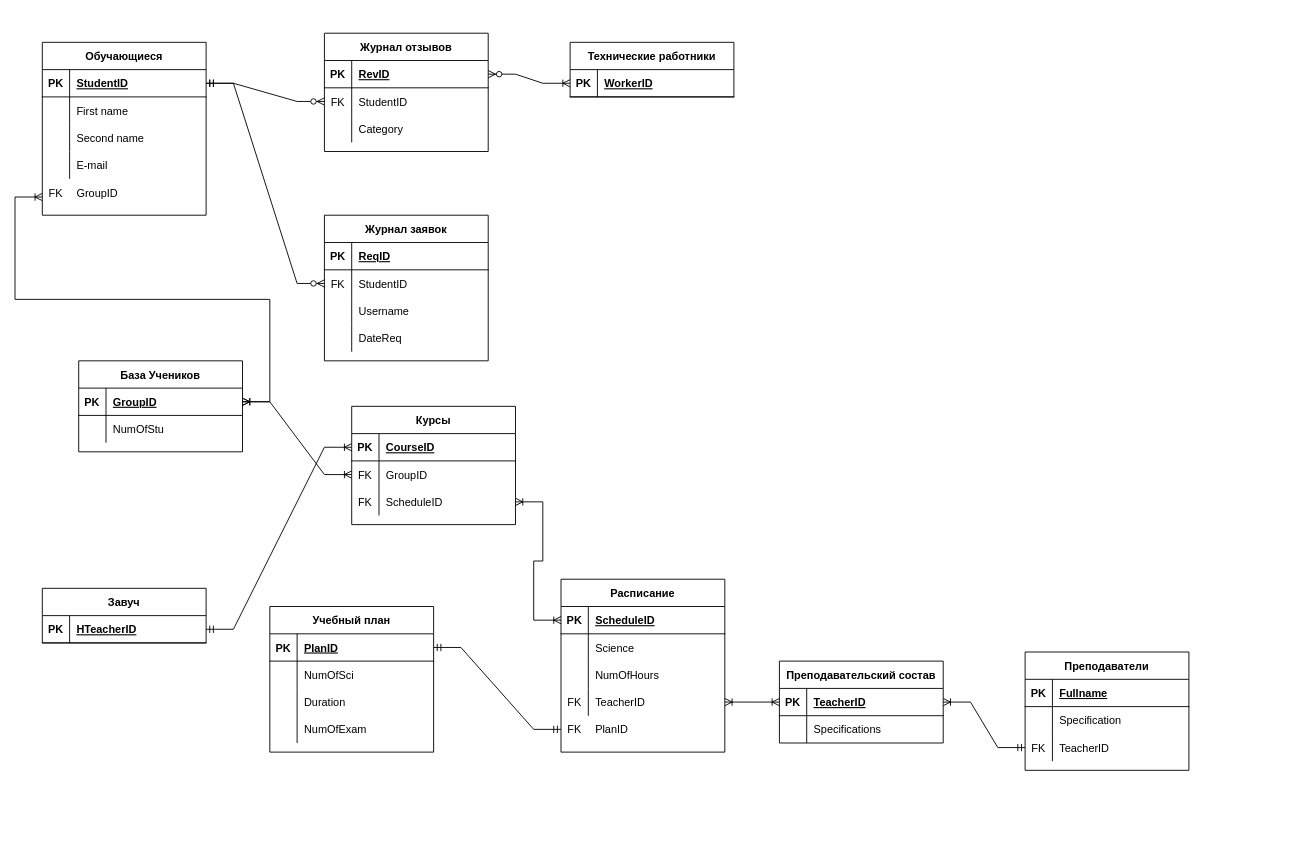
Earlier version of the draw.io diagram ER.drawio (JKtheeone/Online-School). Source tidied: cells renumbered, new cells numbered last; positions are measured from the earlier drawing's top-left corner, leaving out a move shared by most shapes. Both pictures are drawn from the tidied source at 91%, with x=0, y=0 at pixel (42, 33).
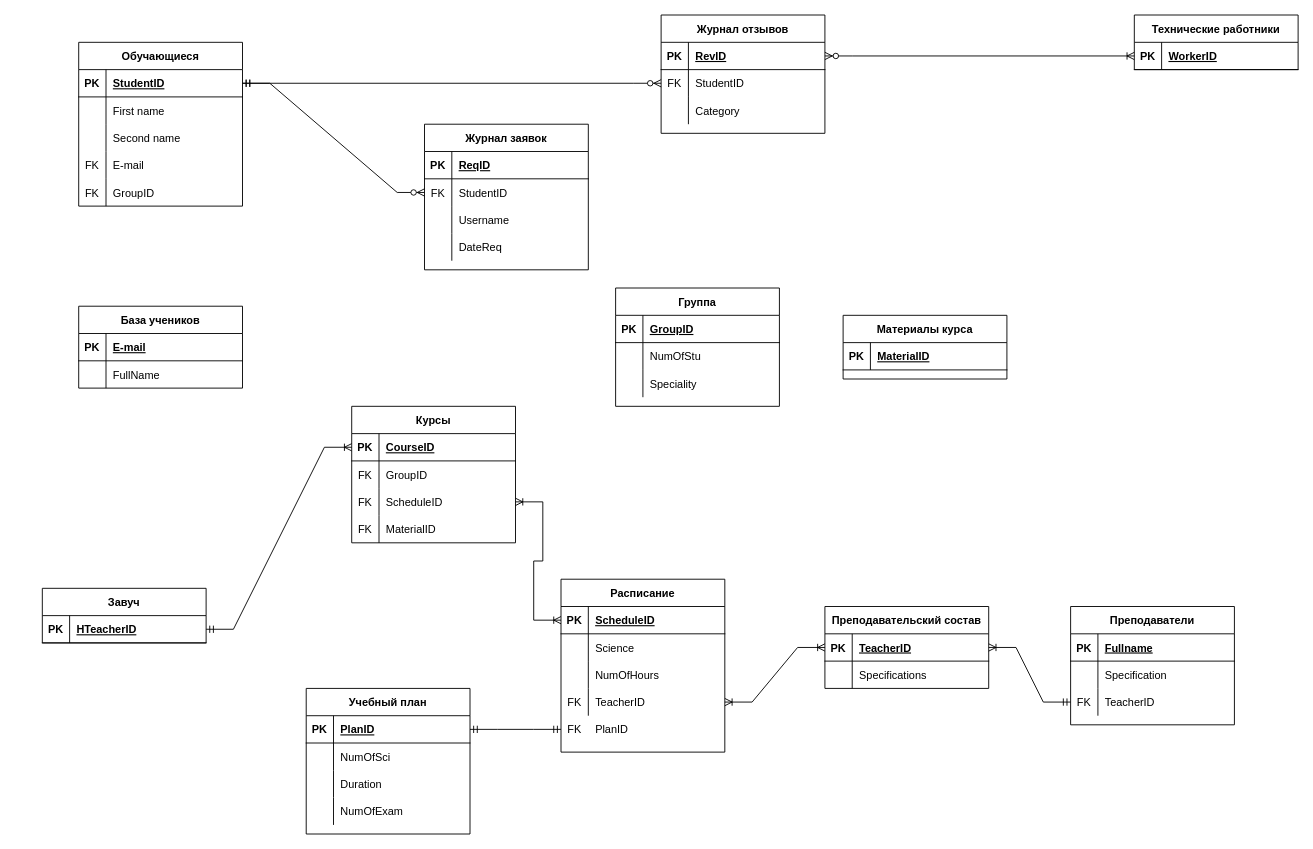
The same diagram, later.

Unchanged cells that the change refers to:
```xml
<mxCell id="12" style="shape=partialRectangle;fillColor=none;top=0;left=0;bottom=0;right=0;" parent="2" vertex="1">
  <mxGeometry y="120" width="180" height="30" as="geometry" />
</mxCell>
<mxCell id="83" style="shape=partialRectangle;fillColor=none;top=0;left=0;bottom=0;right=0;points=[[0,0.5],[1,0.5]];portConstraint=eastwest;" parent="79" vertex="1">
  <mxGeometry y="60" width="180" height="30" as="geometry" />
</mxCell>
```

What changed in the source:
```diff
@@
-    <mxCell id="2" value="Обучающиеся" style="shape=table;startSize=30;childLayout=tableLayout;rowLines=0;fontStyle=1;align=center;" parent="1" vertex="1">
-      <mxGeometry y="10" width="180" height="190" as="geometry" />
+    <mxCell id="2" value="Обучающиеся" style="shape=table;startSize=30;childLayout=tableLayout;rowLines=0;fontStyle=1;align=center;fillColor=default;strokeColor=default;fontColor=default;" parent="1" vertex="1">
+      <mxGeometry x="40" y="10" width="180" height="180" as="geometry" />
     </mxCell>
@@
-    <mxCell id="13" style="shape=partialRectangle;fillColor=none;top=0;left=0;bottom=0;right=0;overflow=hidden;" parent="12" vertex="1">
+    <mxCell id="13" value="FK" style="shape=partialRectangle;fillColor=none;top=0;left=0;bottom=0;right=0;overflow=hidden;fontColor=default;" parent="12" vertex="1">
       <mxGeometry width="30" height="30" as="geometry" />
     </mxCell>
@@
+    <mxCell id="122" style="shape=partialRectangle;fillColor=none;top=0;left=0;bottom=0;right=0;" parent="2" vertex="1">
+      <mxGeometry y="150" width="180" height="30" as="geometry" />
+    </mxCell>
+    <mxCell id="123" value="FK" style="shape=partialRectangle;fillColor=none;top=0;left=0;bottom=0;right=0;overflow=hidden;fontColor=default;" parent="122" vertex="1">
+      <mxGeometry width="30" height="30" as="geometry" />
+    </mxCell>
+    <mxCell id="124" value="GroupID" style="shape=partialRectangle;fillColor=none;top=0;left=0;bottom=0;right=0;align=left;spacingLeft=6;overflow=hidden;fontColor=default;" parent="122" vertex="1">
+      <mxGeometry x="30" width="150" height="30" as="geometry" />
+    </mxCell>
-    <mxCell id="15" value="Журнал отзывов" style="shape=table;startSize=30;childLayout=tableLayout;rowLines=0;fontStyle=1;align=center;" parent="1" vertex="1">
-      <mxGeometry x="310" width="180" height="130" as="geometry" />
+    <mxCell id="15" value="Журнал отзывов" style="shape=table;startSize=30;childLayout=tableLayout;rowLines=0;fontStyle=1;align=center;fillColor=default;strokeColor=default;fontColor=default;" parent="1" vertex="1">
+      <mxGeometry x="680" y="-20" width="180" height="130" as="geometry" />
     </mxCell>
@@
-    <mxCell id="25" value="Журнал заявок" style="shape=table;startSize=30;childLayout=tableLayout;rowLines=0;fontStyle=1;align=center;" parent="1" vertex="1">
-      <mxGeometry x="310" y="200" width="180" height="160" as="geometry" />
+    <mxCell id="25" value="Журнал заявок" style="shape=table;startSize=30;childLayout=tableLayout;rowLines=0;fontStyle=1;align=center;fillColor=default;strokeColor=default;fontColor=default;" parent="1" vertex="1">
+      <mxGeometry x="420" y="100" width="180" height="160" as="geometry" />
     </mxCell>
@@
-    <mxCell id="38" value="Технические работники" style="shape=table;startSize=30;childLayout=tableLayout;rowLines=0;fontStyle=1;align=center;" parent="1" vertex="1">
-      <mxGeometry x="580" y="10" width="180" height="60" as="geometry" />
+    <mxCell id="38" value="Технические работники" style="shape=table;startSize=30;childLayout=tableLayout;rowLines=0;fontStyle=1;align=center;fillColor=default;strokeColor=default;fontColor=default;" parent="1" vertex="1">
+      <mxGeometry x="1200" y="-20" width="180" height="60" as="geometry" />
     </mxCell>
@@
-    <mxCell id="42" value="База Учеников" style="shape=table;startSize=30;childLayout=tableLayout;rowLines=0;fontStyle=1;align=center;" parent="1" vertex="1">
-      <mxGeometry x="40" y="360" width="180" height="100" as="geometry" />
-    </mxCell>
-    <mxCell id="43" style="shape=partialRectangle;fillColor=none;top=0;left=0;bottom=1;right=0;points=[[0,0.5],[1,0.5]];portConstraint=eastwest;" parent="42" vertex="1">
-      <mxGeometry y="30" width="180" height="30" as="geometry" />
-    </mxCell>
-    <mxCell id="44" value="PK" style="shape=partialRectangle;fillColor=none;top=0;left=0;bottom=0;right=0;fontStyle=1;overflow=hidden;" parent="43" vertex="1">
-      <mxGeometry width="30" height="30" as="geometry" />
-    </mxCell>
-    <mxCell id="45" value="GroupID" style="shape=partialRectangle;fillColor=none;top=0;left=0;bottom=0;right=0;align=left;spacingLeft=6;fontStyle=5;overflow=hidden;" parent="43" vertex="1">
-      <mxGeometry x="30" width="150" height="30" as="geometry" />
-    </mxCell>
-    <mxCell id="46" style="shape=partialRectangle;fillColor=none;top=0;left=0;bottom=0;right=0;" parent="42" vertex="1">
-      <mxGeometry y="60" width="180" height="30" as="geometry" />
-    </mxCell>
-    <mxCell id="47" style="shape=partialRectangle;fillColor=none;top=0;left=0;bottom=0;right=0;overflow=hidden;" parent="46" vertex="1">
-      <mxGeometry width="30" height="30" as="geometry" />
-    </mxCell>
-    <mxCell id="48" value="NumOfStu" style="shape=partialRectangle;fillColor=none;top=0;left=0;bottom=0;right=0;align=left;spacingLeft=6;overflow=hidden;" parent="46" vertex="1">
-      <mxGeometry x="30" width="150" height="30" as="geometry" />
-    </mxCell>
@@
-    <mxCell id="53" value="Учебный план" style="shape=table;startSize=30;childLayout=tableLayout;rowLines=0;fontStyle=1;align=center;" parent="1" vertex="1">
-      <mxGeometry x="250" y="630" width="180" height="160" as="geometry" />
+    <mxCell id="53" value="Учебный план" style="shape=table;startSize=30;childLayout=tableLayout;rowLines=0;fontStyle=1;align=center;fillColor=default;strokeColor=default;fontColor=default;" parent="1" vertex="1">
+      <mxGeometry x="290" y="720" width="180" height="160" as="geometry" />
     </mxCell>
@@
-    <mxCell id="79" value="Курсы" style="shape=table;startSize=30;childLayout=tableLayout;rowLines=0;fontStyle=1;align=center;" parent="1" vertex="1">
-      <mxGeometry x="340" y="410" width="180" height="130" as="geometry" />
+    <mxCell id="79" value="Курсы" style="shape=table;startSize=30;childLayout=tableLayout;rowLines=0;fontStyle=1;align=center;fillColor=default;strokeColor=default;fontColor=default;" parent="1" vertex="1">
+      <mxGeometry x="340" y="410" width="180" height="150" as="geometry" />
     </mxCell>
@@
+    <mxCell id="125" style="shape=partialRectangle;fillColor=none;top=0;left=0;bottom=0;right=0;" parent="79" vertex="1">
+      <mxGeometry y="120" width="180" height="30" as="geometry" />
+    </mxCell>
+    <mxCell id="126" value="FK" style="shape=partialRectangle;fillColor=none;top=0;left=0;bottom=0;right=0;overflow=hidden;fontColor=default;" parent="125" vertex="1">
+      <mxGeometry width="30" height="30" as="geometry" />
+    </mxCell>
+    <mxCell id="127" value="MaterialID" style="shape=partialRectangle;fillColor=none;top=0;left=0;bottom=0;right=0;align=left;spacingLeft=6;overflow=hidden;fontColor=default;" parent="125" vertex="1">
+      <mxGeometry x="30" width="150" height="30" as="geometry" />
+    </mxCell>
-    <mxCell id="89" value="Преподавательский состав" style="shape=table;startSize=30;childLayout=tableLayout;rowLines=0;fontStyle=1;align=center;" parent="1" vertex="1">
-      <mxGeometry x="810" y="690" width="180" height="90" as="geometry" />
+    <mxCell id="89" value="Преподавательский состав" style="shape=table;startSize=30;childLayout=tableLayout;rowLines=0;fontStyle=1;align=center;fillColor=default;strokeColor=default;fontColor=default;" parent="1" vertex="1">
+      <mxGeometry x="860" y="630" width="180" height="90" as="geometry" />
     </mxCell>
@@
-    <mxCell id="96" value="Преподаватели" style="shape=table;startSize=30;childLayout=tableLayout;rowLines=0;fontStyle=1;align=center;" parent="1" vertex="1">
-      <mxGeometry x="1080" y="680" width="180" height="130" as="geometry" />
+    <mxCell id="96" value="Преподаватели" style="shape=table;startSize=30;childLayout=tableLayout;rowLines=0;fontStyle=1;align=center;fillColor=default;strokeColor=default;fontColor=default;" parent="1" vertex="1">
+      <mxGeometry x="1130" y="630" width="180" height="130" as="geometry" />
     </mxCell>
@@
-    <mxCell id="106" style="shape=partialRectangle;fillColor=none;top=0;left=0;bottom=0;right=0;" parent="1" vertex="1">
-      <mxGeometry y="160" width="180" height="30" as="geometry" />
-    </mxCell>
-    <mxCell id="107" value="FK" style="shape=partialRectangle;fillColor=none;top=0;left=0;bottom=0;right=0;overflow=hidden;" parent="106" vertex="1">
-      <mxGeometry width="30" height="30" as="geometry" />
-    </mxCell>
-    <mxCell id="108" value="GroupID" style="shape=partialRectangle;fillColor=none;top=0;left=0;bottom=0;right=0;align=left;spacingLeft=6;overflow=hidden;" parent="106" vertex="1">
-      <mxGeometry x="30" width="150" height="30" as="geometry" />
-    </mxCell>
@@
-    <mxCell id="115" style="edgeStyle=entityRelationEdgeStyle;fontSize=12;html=1;endArrow=ERoneToMany;startArrow=ERoneToMany;rounded=0;exitX=1;exitY=0.5;exitDx=0;exitDy=0;" parent="1" edge="1" source="43">
-      <mxGeometry relative="1" as="geometry">
-        <mxPoint y="180" as="targetPoint" />
-      </mxGeometry>
-    </mxCell>
@@
-    <mxCell id="120" style="edgeStyle=entityRelationEdgeStyle;fontSize=12;html=1;endArrow=ERoneToMany;startArrow=ERoneToMany;rounded=0;entryX=0;entryY=0.5;entryDx=0;entryDy=0;" parent="1" edge="1" source="43" target="83">
-      <mxGeometry relative="1" as="geometry" />
-    </mxCell>
@@
+    <mxCell id="128" value="Группа" style="shape=table;startSize=30;childLayout=tableLayout;rowLines=0;fontStyle=1;align=center;fontColor=default;strokeColor=default;fillColor=default;" parent="1" vertex="1">
+      <mxGeometry x="630" y="280" width="180" height="130" as="geometry" />
+    </mxCell>
+    <mxCell id="129" style="shape=partialRectangle;fillColor=none;top=0;left=0;bottom=1;right=0;fontColor=default;strokeColor=default;" parent="128" vertex="1">
+      <mxGeometry y="30" width="180" height="30" as="geometry" />
+    </mxCell>
+    <mxCell id="130" value="PK" style="shape=partialRectangle;fillColor=none;top=0;left=0;bottom=0;right=0;fontStyle=1;overflow=hidden;fontColor=default;strokeColor=default;" parent="129" vertex="1">
+      <mxGeometry width="30" height="30" as="geometry" />
+    </mxCell>
+    <mxCell id="131" value="GroupID" style="shape=partialRectangle;fillColor=none;top=0;left=0;bottom=0;right=0;align=left;spacingLeft=6;fontStyle=5;overflow=hidden;fontColor=default;strokeColor=default;" parent="129" vertex="1">
+      <mxGeometry x="30" width="150" height="30" as="geometry" />
+    </mxCell>
+    <mxCell id="132" style="shape=partialRectangle;fillColor=none;top=0;left=0;bottom=0;right=0;fontColor=default;strokeColor=default;" parent="128" vertex="1">
+      <mxGeometry y="60" width="180" height="30" as="geometry" />
+    </mxCell>
+    <mxCell id="133" style="shape=partialRectangle;fillColor=none;top=0;left=0;bottom=0;right=0;overflow=hidden;fontColor=default;strokeColor=default;" parent="132" vertex="1">
+      <mxGeometry width="30" height="30" as="geometry" />
+    </mxCell>
+    <mxCell id="48" value="NumOfStu" style="shape=partialRectangle;fillColor=none;top=0;left=0;bottom=0;right=0;align=left;spacingLeft=6;overflow=hidden;fontColor=default;strokeColor=default;" parent="132" vertex="1">
+      <mxGeometry x="30" width="150" height="30" as="geometry" />
+    </mxCell>
+    <mxCell id="134" style="shape=partialRectangle;fillColor=none;top=0;left=0;bottom=0;right=0;fontColor=default;strokeColor=default;" parent="128" vertex="1">
+      <mxGeometry y="90" width="180" height="30" as="geometry" />
+    </mxCell>
+    <mxCell id="135" style="shape=partialRectangle;fillColor=none;top=0;left=0;bottom=0;right=0;overflow=hidden;fontColor=default;strokeColor=default;" parent="134" vertex="1">
+      <mxGeometry width="30" height="30" as="geometry" />
+    </mxCell>
+    <mxCell id="136" value="Speciality" style="shape=partialRectangle;fillColor=none;top=0;left=0;bottom=0;right=0;align=left;spacingLeft=6;overflow=hidden;fontColor=default;strokeColor=default;" parent="134" vertex="1">
+      <mxGeometry x="30" width="150" height="30" as="geometry" />
+    </mxCell>
+    <mxCell id="137" value="Материалы курса" style="shape=table;startSize=30;childLayout=tableLayout;rowLines=0;fontStyle=1;align=center;fontColor=default;strokeColor=default;fillColor=default;" parent="1" vertex="1">
+      <mxGeometry x="880" y="310" width="180" height="70" as="geometry" />
+    </mxCell>
+    <mxCell id="138" style="shape=partialRectangle;fillColor=none;top=0;left=0;bottom=1;right=0;fontColor=default;strokeColor=default;" parent="137" vertex="1">
+      <mxGeometry y="30" width="180" height="30" as="geometry" />
+    </mxCell>
+    <mxCell id="139" value="PK" style="shape=partialRectangle;fillColor=none;top=0;left=0;bottom=0;right=0;fontStyle=1;overflow=hidden;fontColor=default;strokeColor=default;" parent="138" vertex="1">
+      <mxGeometry width="30" height="30" as="geometry" />
+    </mxCell>
+    <mxCell id="140" value="MaterialID" style="shape=partialRectangle;fillColor=none;top=0;left=0;bottom=0;right=0;align=left;spacingLeft=6;fontStyle=5;overflow=hidden;fontColor=default;strokeColor=default;" parent="138" vertex="1">
+      <mxGeometry x="30" width="150" height="30" as="geometry" />
+    </mxCell>
+    <mxCell id="141" value="База учеников" style="shape=table;startSize=30;childLayout=tableLayout;rowLines=0;fontStyle=1;align=center;fontColor=default;strokeColor=default;fillColor=default;" parent="1" vertex="1">
+      <mxGeometry x="40" y="300" width="180" height="90" as="geometry" />
+    </mxCell>
+    <mxCell id="142" style="shape=partialRectangle;fillColor=none;top=0;left=0;bottom=1;right=0;fontColor=default;strokeColor=default;" parent="141" vertex="1">
+      <mxGeometry y="30" width="180" height="30" as="geometry" />
+    </mxCell>
+    <mxCell id="143" value="PK" style="shape=partialRectangle;fillColor=none;top=0;left=0;bottom=0;right=0;fontStyle=1;overflow=hidden;fontColor=default;strokeColor=default;" parent="142" vertex="1">
+      <mxGeometry width="30" height="30" as="geometry" />
+    </mxCell>
+    <mxCell id="144" value="E-mail" style="shape=partialRectangle;fillColor=none;top=0;left=0;bottom=0;right=0;align=left;spacingLeft=6;fontStyle=5;overflow=hidden;fontColor=default;strokeColor=default;" parent="142" vertex="1">
+      <mxGeometry x="30" width="150" height="30" as="geometry" />
+    </mxCell>
+    <mxCell id="145" style="shape=partialRectangle;fillColor=none;top=0;left=0;bottom=0;right=0;fontColor=default;strokeColor=default;" parent="141" vertex="1">
+      <mxGeometry y="60" width="180" height="30" as="geometry" />
+    </mxCell>
+    <mxCell id="146" style="shape=partialRectangle;fillColor=none;top=0;left=0;bottom=0;right=0;overflow=hidden;fontColor=default;strokeColor=default;" parent="145" vertex="1">
+      <mxGeometry width="30" height="30" as="geometry" />
+    </mxCell>
+    <mxCell id="147" value="FullName" style="shape=partialRectangle;fillColor=none;top=0;left=0;bottom=0;right=0;align=left;spacingLeft=6;overflow=hidden;fontColor=default;strokeColor=default;" parent="145" vertex="1">
+      <mxGeometry x="30" width="150" height="30" as="geometry" />
+    </mxCell>
```
